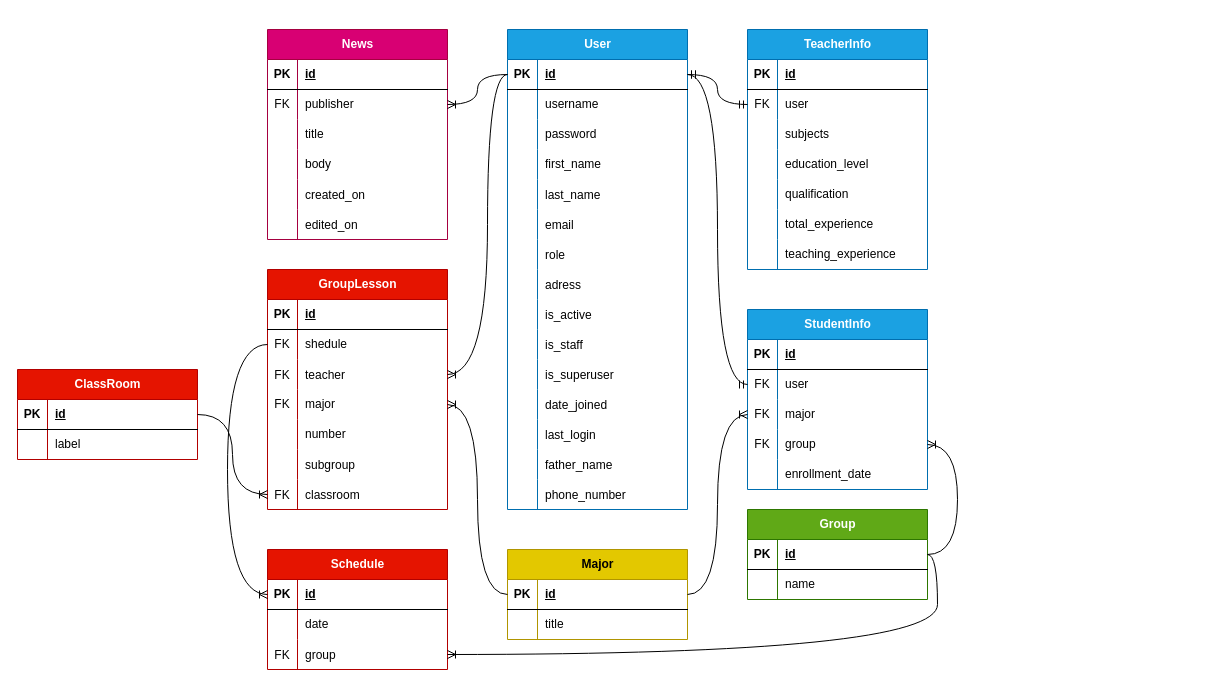
This is ER.drawio from on3ginnn/almetMedCollege, a draw.io file, before an edit. Source tidied: cells renumbered, new cells numbered last; positions are measured from the earlier drawing's top-left corner, leaving out a move shared by most shapes. Both pictures are drawn from the tidied source at 100%, with x=0, y=0 at pixel (17, 29).
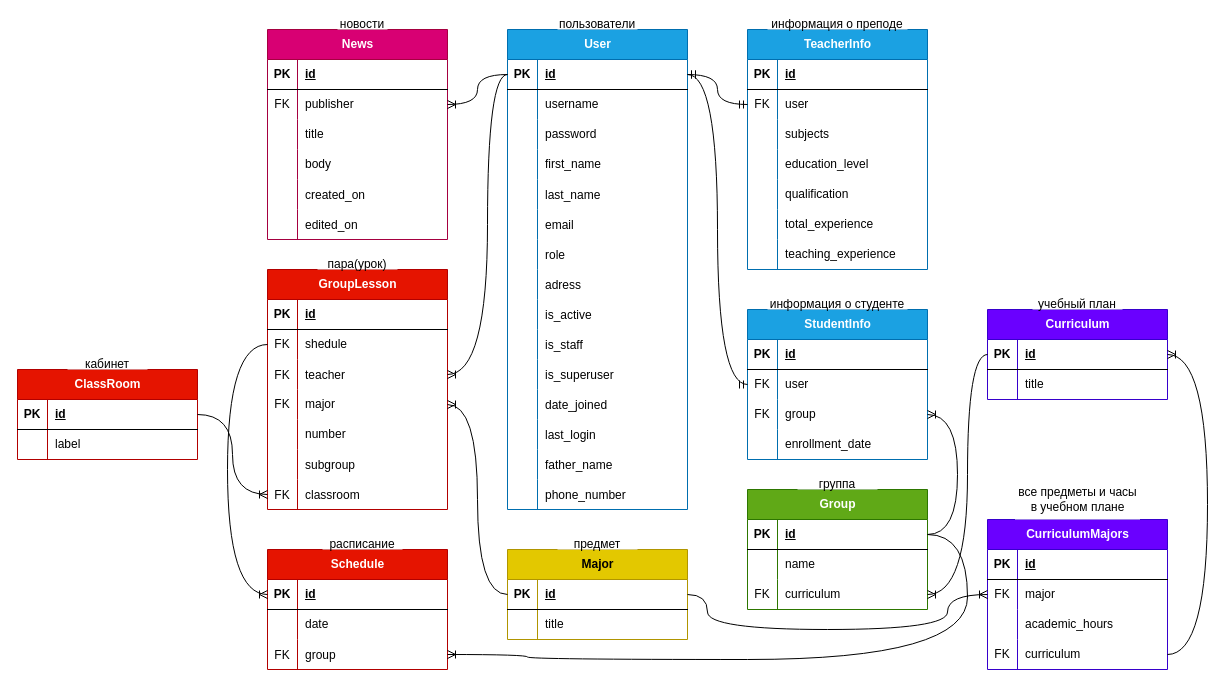
After the change.

The change refers to these unchanged cells:
```xml
<mxCell id="49" style="shape=tableRow;horizontal=0;startSize=0;swimlaneHead=0;swimlaneBody=0;fillColor=none;points=[[0,0.5],[1,0.5]];portConstraint=eastwest;top=0;left=0;right=0;bottom=1;" parent="48" vertex="1">
  <mxGeometry y="30" width="180" height="30" as="geometry" />
</mxCell>
<mxCell id="76" style="shape=tableRow;horizontal=0;startSize=0;swimlaneHead=0;swimlaneBody=0;fillColor=none;points=[[0,0.5],[1,0.5]];portConstraint=eastwest;top=0;left=0;right=0;bottom=1;" parent="75" vertex="1">
  <mxGeometry y="30" width="180" height="30" as="geometry" />
</mxCell>
<mxCell id="89" style="shape=tableRow;horizontal=0;startSize=0;swimlaneHead=0;swimlaneBody=0;fillColor=none;points=[[0,0.5],[1,0.5]];portConstraint=eastwest;top=0;left=0;right=0;bottom=0;" parent="82" vertex="1">
  <mxGeometry y="90" width="180" height="30" as="geometry" />
</mxCell>
```

Diff of the diagram source:
```diff
@@
     <mxCell id="48" value="Group" style="shape=table;startSize=30;childLayout=tableLayout;rowLines=0;fontStyle=1;align=center;html=1;fillColor=#60a917;fontColor=#ffffff;strokeColor=#2D7600;" parent="1" vertex="1">
-      <mxGeometry x="730" y="480" width="180" height="90" as="geometry" />
+      <mxGeometry x="730" y="460" width="180" height="120" as="geometry" />
     </mxCell>
@@
+    <mxCell id="168" style="shape=tableRow;horizontal=0;startSize=0;swimlaneHead=0;swimlaneBody=0;fillColor=none;points=[[0,0.5],[1,0.5]];portConstraint=eastwest;top=0;left=0;right=0;bottom=0;" parent="48" vertex="1">
+      <mxGeometry y="90" width="180" height="30" as="geometry" />
+    </mxCell>
+    <mxCell id="169" value="FK" style="shape=partialRectangle;fillColor=none;top=0;left=0;bottom=0;right=0;overflow=hidden;whiteSpace=wrap;html=1;" parent="168" vertex="1">
+      <mxGeometry width="30" height="30" as="geometry" />
+    </mxCell>
+    <mxCell id="170" value="curriculum" style="shape=partialRectangle;fillColor=none;top=0;left=0;bottom=0;right=0;align=left;spacingLeft=6;overflow=hidden;whiteSpace=wrap;html=1;" parent="168" vertex="1">
+      <mxGeometry x="30" width="150" height="30" as="geometry" />
+    </mxCell>
@@
     <mxCell id="140" value="StudentInfo" style="shape=table;startSize=30;childLayout=tableLayout;rowLines=0;fontStyle=1;align=center;html=1;fillColor=#1ba1e2;fontColor=#ffffff;strokeColor=#006EAF;" parent="1" vertex="1">
-      <mxGeometry x="730" y="280" width="180" height="180" as="geometry" />
+      <mxGeometry x="730" y="280" width="180" height="150" as="geometry" />
     </mxCell>
@@
-    <mxCell id="147" style="shape=tableRow;horizontal=0;startSize=0;swimlaneHead=0;swimlaneBody=0;fillColor=none;points=[[0,0.5],[1,0.5]];portConstraint=eastwest;top=0;left=0;right=0;bottom=0;" parent="140" vertex="1">
-      <mxGeometry y="90" width="180" height="30" as="geometry" />
-    </mxCell>
-    <mxCell id="148" value="FK" style="shape=partialRectangle;fillColor=none;top=0;left=0;bottom=0;right=0;overflow=hidden;whiteSpace=wrap;html=1;" parent="147" vertex="1">
-      <mxGeometry width="30" height="30" as="geometry" />
-    </mxCell>
-    <mxCell id="149" value="major" style="shape=partialRectangle;fillColor=none;top=0;left=0;bottom=0;right=0;align=left;spacingLeft=6;overflow=hidden;whiteSpace=wrap;html=1;" parent="147" vertex="1">
-      <mxGeometry x="30" width="150" height="30" as="geometry" />
-    </mxCell>
     <mxCell id="150" style="shape=tableRow;horizontal=0;startSize=0;swimlaneHead=0;swimlaneBody=0;fillColor=none;points=[[0,0.5],[1,0.5]];portConstraint=eastwest;top=0;left=0;right=0;bottom=0;" parent="140" vertex="1">
-      <mxGeometry y="120" width="180" height="30" as="geometry" />
+      <mxGeometry y="90" width="180" height="30" as="geometry" />
     </mxCell>
@@
     <mxCell id="153" style="shape=tableRow;horizontal=0;startSize=0;swimlaneHead=0;swimlaneBody=0;fillColor=none;top=0;left=0;right=0;bottom=0;" parent="140" vertex="1">
-      <mxGeometry y="150" width="180" height="30" as="geometry" />
+      <mxGeometry y="120" width="180" height="30" as="geometry" />
     </mxCell>
@@
-    <mxCell id="157" style="edgeStyle=orthogonalEdgeStyle;fontSize=12;html=1;endArrow=ERoneToMany;rounded=0;entryX=0;entryY=0.5;entryDx=0;entryDy=0;exitX=1;exitY=0.5;exitDx=0;exitDy=0;curved=1;" parent="1" edge="1" source="76" target="147">
-      <mxGeometry relative="1" as="geometry" />
-    </mxCell>
     <mxCell id="158" style="edgeStyle=orthogonalEdgeStyle;fontSize=12;html=1;endArrow=ERoneToMany;rounded=0;exitX=1;exitY=0.5;exitDx=0;exitDy=0;entryX=1;entryY=0.5;entryDx=0;entryDy=0;curved=1;" parent="1" edge="1" source="49" target="150">
       <mxGeometry relative="1" as="geometry">
         <Array as="points">
-          <mxPoint x="940" y="525" />
-          <mxPoint x="940" y="415" />
+          <mxPoint x="940" y="505" />
+          <mxPoint x="940" y="385" />
         </Array>
       </mxGeometry>
     </mxCell>
-    <mxCell id="159" style="edgeStyle=orthogonalEdgeStyle;fontSize=12;html=1;endArrow=ERoneToMany;rounded=0;exitX=1;exitY=0.5;exitDx=0;exitDy=0;entryX=1;entryY=0.5;entryDx=0;entryDy=0;curved=1;" parent="1" edge="1" source="49" target="89">
-      <mxGeometry relative="1" as="geometry" />
+    <mxCell id="159" style="edgeStyle=orthogonalEdgeStyle;fontSize=12;html=1;endArrow=ERoneToMany;rounded=0;exitX=1;exitY=0.5;exitDx=0;exitDy=0;curved=1;entryX=1;entryY=0.5;entryDx=0;entryDy=0;" parent="1" edge="1" source="49" target="89">
+      <mxGeometry relative="1" as="geometry">
+        <Array as="points">
+          <mxPoint x="950" y="505" />
+          <mxPoint x="950" y="630" />
+          <mxPoint x="510" y="630" />
+          <mxPoint x="510" y="625" />
+        </Array>
+      </mxGeometry>
     </mxCell>
@@
+    <mxCell id="171" value="Curriculum" style="shape=table;startSize=30;childLayout=tableLayout;rowLines=0;fontStyle=1;align=center;html=1;fillColor=#6a00ff;fontColor=#ffffff;strokeColor=#3700CC;" parent="1" vertex="1">
+      <mxGeometry x="970" y="280" width="180" height="90" as="geometry" />
+    </mxCell>
+    <mxCell id="172" style="shape=tableRow;horizontal=0;startSize=0;swimlaneHead=0;swimlaneBody=0;fillColor=none;points=[[0,0.5],[1,0.5]];portConstraint=eastwest;top=0;left=0;right=0;bottom=1;" parent="171" vertex="1">
+      <mxGeometry y="30" width="180" height="30" as="geometry" />
+    </mxCell>
+    <mxCell id="173" value="PK" style="shape=partialRectangle;fillColor=none;top=0;left=0;bottom=0;right=0;fontStyle=1;overflow=hidden;whiteSpace=wrap;html=1;" parent="172" vertex="1">
+      <mxGeometry width="30" height="30" as="geometry" />
+    </mxCell>
+    <mxCell id="174" value="id" style="shape=partialRectangle;fillColor=none;top=0;left=0;bottom=0;right=0;align=left;spacingLeft=6;fontStyle=5;overflow=hidden;whiteSpace=wrap;html=1;" parent="172" vertex="1">
+      <mxGeometry x="30" width="150" height="30" as="geometry" />
+    </mxCell>
+    <mxCell id="175" style="shape=tableRow;horizontal=0;startSize=0;swimlaneHead=0;swimlaneBody=0;fillColor=none;top=0;left=0;right=0;bottom=0;" parent="171" vertex="1">
+      <mxGeometry y="60" width="180" height="30" as="geometry" />
+    </mxCell>
+    <mxCell id="176" style="shape=partialRectangle;fillColor=none;top=0;left=0;bottom=0;right=0;overflow=hidden;whiteSpace=wrap;html=1;" parent="175" vertex="1">
+      <mxGeometry width="30" height="30" as="geometry" />
+    </mxCell>
+    <mxCell id="177" value="title" style="shape=partialRectangle;fillColor=none;top=0;left=0;bottom=0;right=0;align=left;spacingLeft=6;overflow=hidden;whiteSpace=wrap;html=1;" parent="175" vertex="1">
+      <mxGeometry x="30" width="150" height="30" as="geometry" />
+    </mxCell>
+    <mxCell id="178" value="CurriculumMajors" style="shape=table;startSize=30;childLayout=tableLayout;rowLines=0;fontStyle=1;align=center;html=1;fillColor=#6a00ff;fontColor=#ffffff;strokeColor=#3700CC;" parent="1" vertex="1">
+      <mxGeometry x="970" y="490" width="180" height="150" as="geometry" />
+    </mxCell>
+    <mxCell id="179" style="shape=tableRow;horizontal=0;startSize=0;swimlaneHead=0;swimlaneBody=0;fillColor=none;top=0;left=0;right=0;bottom=1;" parent="178" vertex="1">
+      <mxGeometry y="30" width="180" height="30" as="geometry" />
+    </mxCell>
+    <mxCell id="180" value="PK" style="shape=partialRectangle;fillColor=none;top=0;left=0;bottom=0;right=0;fontStyle=1;overflow=hidden;whiteSpace=wrap;html=1;" parent="179" vertex="1">
+      <mxGeometry width="30" height="30" as="geometry" />
+    </mxCell>
+    <mxCell id="181" value="id" style="shape=partialRectangle;fillColor=none;top=0;left=0;bottom=0;right=0;align=left;spacingLeft=6;fontStyle=5;overflow=hidden;whiteSpace=wrap;html=1;" parent="179" vertex="1">
+      <mxGeometry x="30" width="150" height="30" as="geometry" />
+    </mxCell>
+    <mxCell id="182" style="shape=tableRow;horizontal=0;startSize=0;swimlaneHead=0;swimlaneBody=0;fillColor=none;points=[[0,0.5],[1,0.5]];portConstraint=eastwest;top=0;left=0;right=0;bottom=0;" parent="178" vertex="1">
+      <mxGeometry y="60" width="180" height="30" as="geometry" />
+    </mxCell>
+    <mxCell id="183" value="FK" style="shape=partialRectangle;fillColor=none;top=0;left=0;bottom=0;right=0;overflow=hidden;whiteSpace=wrap;html=1;" parent="182" vertex="1">
+      <mxGeometry width="30" height="30" as="geometry" />
+    </mxCell>
+    <mxCell id="149" value="major" style="shape=partialRectangle;fillColor=none;top=0;left=0;bottom=0;right=0;align=left;spacingLeft=6;overflow=hidden;whiteSpace=wrap;html=1;" parent="182" vertex="1">
+      <mxGeometry x="30" width="150" height="30" as="geometry" />
+    </mxCell>
+    <mxCell id="184" style="shape=tableRow;horizontal=0;startSize=0;swimlaneHead=0;swimlaneBody=0;fillColor=none;top=0;left=0;right=0;bottom=0;" parent="178" vertex="1">
+      <mxGeometry y="90" width="180" height="30" as="geometry" />
+    </mxCell>
+    <mxCell id="185" style="shape=partialRectangle;fillColor=none;top=0;left=0;bottom=0;right=0;overflow=hidden;whiteSpace=wrap;html=1;" parent="184" vertex="1">
+      <mxGeometry width="30" height="30" as="geometry" />
+    </mxCell>
+    <mxCell id="186" value="&lt;div&gt;&lt;span style=&quot;background-color: transparent;&quot;&gt;academic_hours&lt;/span&gt;&lt;br&gt;&lt;/div&gt;" style="shape=partialRectangle;fillColor=none;top=0;left=0;bottom=0;right=0;align=left;spacingLeft=6;overflow=hidden;whiteSpace=wrap;html=1;" parent="184" vertex="1">
+      <mxGeometry x="30" width="150" height="30" as="geometry" />
+    </mxCell>
+    <mxCell id="187" style="shape=tableRow;horizontal=0;startSize=0;swimlaneHead=0;swimlaneBody=0;fillColor=none;points=[[0,0.5],[1,0.5]];portConstraint=eastwest;top=0;left=0;right=0;bottom=0;" parent="178" vertex="1">
+      <mxGeometry y="120" width="180" height="30" as="geometry" />
+    </mxCell>
+    <mxCell id="188" value="FK" style="shape=partialRectangle;fillColor=none;top=0;left=0;bottom=0;right=0;overflow=hidden;whiteSpace=wrap;html=1;" parent="187" vertex="1">
+      <mxGeometry width="30" height="30" as="geometry" />
+    </mxCell>
+    <mxCell id="189" value="&lt;div&gt;&lt;span style=&quot;background-color: transparent;&quot;&gt;curriculum&lt;/span&gt;&lt;br&gt;&lt;/div&gt;" style="shape=partialRectangle;fillColor=none;top=0;left=0;bottom=0;right=0;align=left;spacingLeft=6;overflow=hidden;whiteSpace=wrap;html=1;" parent="187" vertex="1">
+      <mxGeometry x="30" width="150" height="30" as="geometry" />
+    </mxCell>
+    <mxCell id="190" style="edgeStyle=orthogonalEdgeStyle;fontSize=12;html=1;endArrow=ERoneToMany;rounded=0;entryX=0;entryY=0.5;entryDx=0;entryDy=0;exitX=1;exitY=0.5;exitDx=0;exitDy=0;curved=1;" parent="1" edge="1" source="76" target="182">
+      <mxGeometry relative="1" as="geometry">
+        <Array as="points">
+          <mxPoint x="690" y="565" />
+          <mxPoint x="690" y="600" />
+          <mxPoint x="930" y="600" />
+          <mxPoint x="930" y="565" />
+        </Array>
+      </mxGeometry>
+    </mxCell>
+    <mxCell id="191" style="edgeStyle=orthogonalEdgeStyle;fontSize=12;html=1;endArrow=ERoneToMany;rounded=0;exitX=1;exitY=0.5;exitDx=0;exitDy=0;entryX=1;entryY=0.5;entryDx=0;entryDy=0;curved=1;" parent="1" edge="1" source="187" target="172">
+      <mxGeometry relative="1" as="geometry">
+        <Array as="points">
+          <mxPoint x="1190" y="625" />
+          <mxPoint x="1190" y="325" />
+        </Array>
+      </mxGeometry>
+    </mxCell>
+    <mxCell id="192" value="&lt;font style=&quot;color: rgb(0, 0, 0);&quot;&gt;новости&lt;/font&gt;" style="text;html=1;align=center;verticalAlign=middle;whiteSpace=wrap;rounded=0;fillColor=default;" parent="1" vertex="1">
+      <mxGeometry x="320" y="-10" width="50" height="10" as="geometry" />
+    </mxCell>
+    <mxCell id="193" value="&lt;font style=&quot;color: rgb(0, 0, 0);&quot;&gt;пользователи&lt;/font&gt;" style="text;html=1;align=center;verticalAlign=middle;whiteSpace=wrap;rounded=0;fillColor=default;" parent="1" vertex="1">
+      <mxGeometry x="540" y="-10" width="80" height="10" as="geometry" />
+    </mxCell>
+    <mxCell id="194" value="&lt;font style=&quot;color: rgb(0, 0, 0);&quot;&gt;информация о преподе&lt;/font&gt;" style="text;html=1;align=center;verticalAlign=middle;whiteSpace=wrap;rounded=0;fillColor=default;" parent="1" vertex="1">
+      <mxGeometry x="750" y="-10" width="140" height="10" as="geometry" />
+    </mxCell>
+    <mxCell id="195" value="&lt;font style=&quot;color: rgb(0, 0, 0);&quot;&gt;информация о студенте&lt;/font&gt;" style="text;html=1;align=center;verticalAlign=middle;whiteSpace=wrap;rounded=0;fillColor=default;" parent="1" vertex="1">
+      <mxGeometry x="750" y="270" width="140" height="10" as="geometry" />
+    </mxCell>
+    <mxCell id="196" value="&lt;font style=&quot;color: rgb(0, 0, 0);&quot;&gt;пара(урок)&lt;/font&gt;" style="text;html=1;align=center;verticalAlign=middle;whiteSpace=wrap;rounded=0;fillColor=default;" parent="1" vertex="1">
+      <mxGeometry x="300" y="230" width="80" height="10" as="geometry" />
+    </mxCell>
+    <mxCell id="197" value="&lt;font style=&quot;color: rgb(0, 0, 0);&quot;&gt;кабинет&lt;/font&gt;" style="text;html=1;align=center;verticalAlign=middle;whiteSpace=wrap;rounded=0;fillColor=default;" parent="1" vertex="1">
+      <mxGeometry x="50" y="330" width="80" height="10" as="geometry" />
+    </mxCell>
+    <mxCell id="198" value="&lt;font style=&quot;color: rgb(0, 0, 0);&quot;&gt;расписание&lt;/font&gt;" style="text;html=1;align=center;verticalAlign=middle;whiteSpace=wrap;rounded=0;fillColor=default;" parent="1" vertex="1">
+      <mxGeometry x="305" y="510" width="80" height="10" as="geometry" />
+    </mxCell>
+    <mxCell id="199" value="&lt;font style=&quot;color: rgb(0, 0, 0);&quot;&gt;предмет&lt;/font&gt;" style="text;html=1;align=center;verticalAlign=middle;whiteSpace=wrap;rounded=0;fillColor=default;" parent="1" vertex="1">
+      <mxGeometry x="540" y="510" width="80" height="10" as="geometry" />
+    </mxCell>
+    <mxCell id="200" value="&lt;font style=&quot;color: rgb(0, 0, 0);&quot;&gt;группа&lt;/font&gt;" style="text;html=1;align=center;verticalAlign=middle;whiteSpace=wrap;rounded=0;fillColor=default;" parent="1" vertex="1">
+      <mxGeometry x="780" y="450" width="80" height="10" as="geometry" />
+    </mxCell>
+    <mxCell id="201" style="edgeStyle=orthogonalEdgeStyle;fontSize=12;html=1;endArrow=ERoneToMany;rounded=0;entryX=1;entryY=0.5;entryDx=0;entryDy=0;exitX=0;exitY=0.5;exitDx=0;exitDy=0;curved=1;" parent="1" edge="1" source="172" target="168">
+      <mxGeometry relative="1" as="geometry">
+        <Array as="points">
+          <mxPoint x="950" y="325" />
+          <mxPoint x="950" y="565" />
+        </Array>
+      </mxGeometry>
+    </mxCell>
+    <mxCell id="202" value="учебный план" style="text;html=1;align=center;verticalAlign=middle;whiteSpace=wrap;rounded=0;fillColor=default;" parent="1" vertex="1">
+      <mxGeometry x="1015" y="270" width="90" height="10" as="geometry" />
+    </mxCell>
+    <mxCell id="203" value="все предметы и часы в учебном плане" style="text;html=1;align=center;verticalAlign=middle;whiteSpace=wrap;rounded=0;fillColor=default;" parent="1" vertex="1">
+      <mxGeometry x="997.5" y="450" width="125" height="40" as="geometry" />
+    </mxCell>
```
